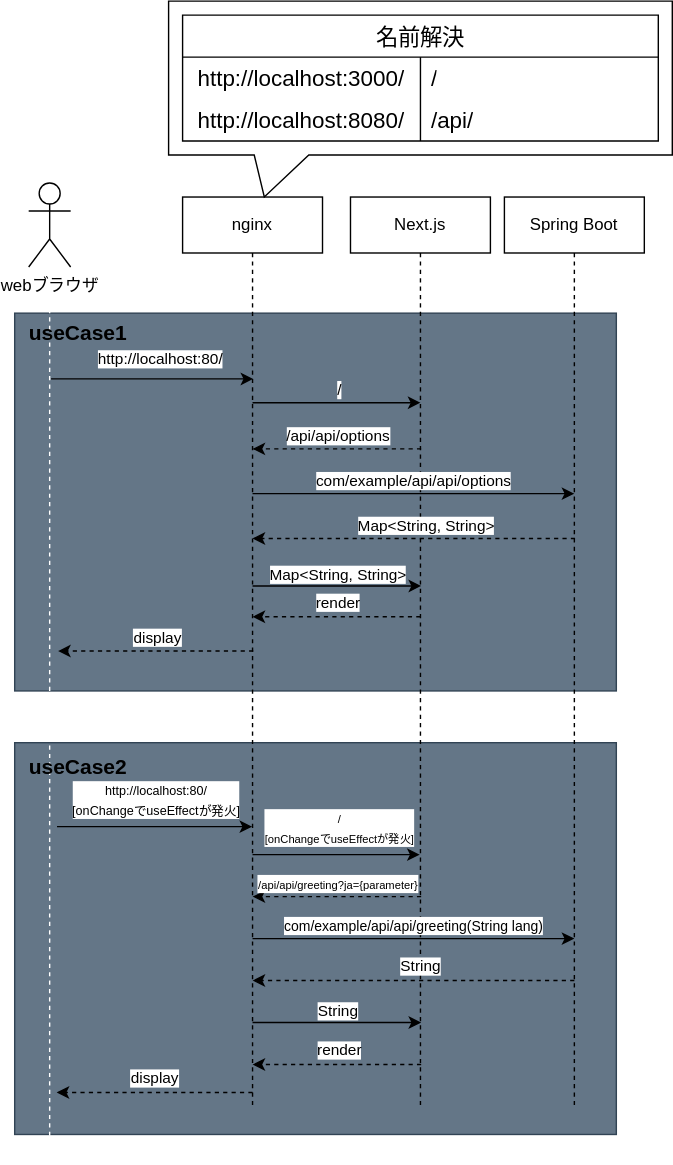
Before: img/sequence.svg, a diagram exported from draw.io (Gen320/sample-container). Source tidied: cells renumbered, new cells last; positions are measured from the earlier drawing's top-left corner, leaving out a move shared by most shapes.
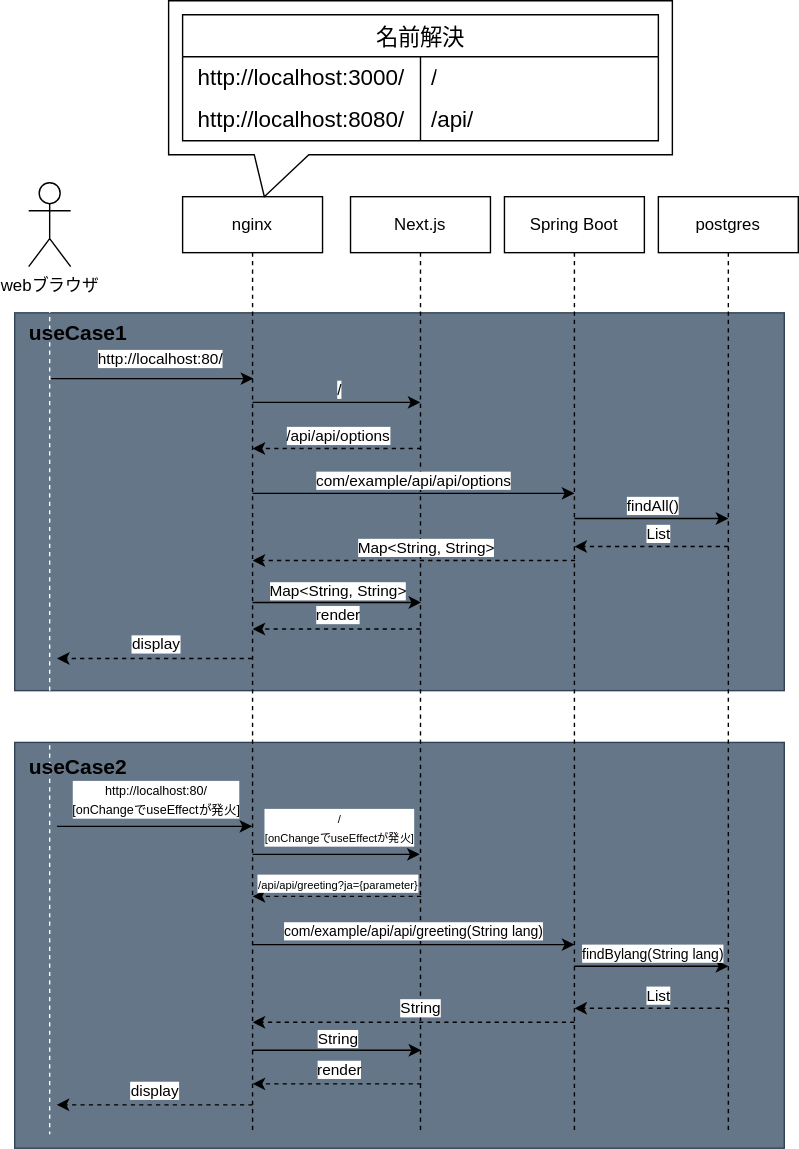
After the commit.

Change to the diagram source:
```diff
@@ -3,10 +3,10 @@
     <mxCell id="0" />
     <mxCell id="1" parent="0" />
     <mxCell id="2" style="rounded=0;whiteSpace=wrap;html=1;fillColor=#647687;strokeColor=#314354;fontColor=#ffffff;" parent="1" vertex="1">
-      <mxGeometry y="530" width="430" height="280" as="geometry" />
+      <mxGeometry y="530" width="550" height="290" as="geometry" />
     </mxCell>
     <mxCell id="3" style="rounded=0;whiteSpace=wrap;html=1;fillColor=#647687;strokeColor=#314354;fontColor=#ffffff;" parent="1" vertex="1">
-      <mxGeometry y="223" width="430" height="270" as="geometry" />
+      <mxGeometry y="223" width="550" height="270" as="geometry" />
     </mxCell>
     <mxCell id="4" value="webブラウザ" style="shape=umlActor;verticalLabelPosition=bottom;verticalAlign=top;html=1;" parent="1" vertex="1">
       <mxGeometry x="10" y="130" width="30" height="60" as="geometry" />
@@ -14,14 +14,14 @@
     <mxCell id="5" style="edgeStyle=orthogonalEdgeStyle;html=1;verticalAlign=bottom;endArrow=none;endSize=8;strokeColor=#FFFFFF;rounded=0;dashed=1;endFill=0;" parent="1" edge="1">
       <mxGeometry relative="1" as="geometry">
         <mxPoint x="25" y="190" as="sourcePoint" />
-        <mxPoint x="25" y="830" as="targetPoint" />
+        <mxPoint x="25" y="810" as="targetPoint" />
       </mxGeometry>
     </mxCell>
     <mxCell id="6" value="nginx" style="shape=umlLifeline;perimeter=lifelinePerimeter;whiteSpace=wrap;html=1;newEdgeStyle={&quot;curved&quot;:0,&quot;rounded&quot;:0};" parent="1" vertex="1">
-      <mxGeometry x="120" y="140" width="100" height="650" as="geometry" />
+      <mxGeometry x="120" y="140" width="100" height="670" as="geometry" />
     </mxCell>
     <mxCell id="7" value="Next.js" style="shape=umlLifeline;perimeter=lifelinePerimeter;whiteSpace=wrap;html=1;newEdgeStyle={&quot;curved&quot;:0,&quot;rounded&quot;:0};" parent="1" vertex="1">
-      <mxGeometry x="240" y="140" width="100" height="650" as="geometry" />
+      <mxGeometry x="240" y="140" width="100" height="670" as="geometry" />
     </mxCell>
     <mxCell id="8" style="endArrow=classic;html=1;rounded=0;" parent="1" edge="1">
       <mxGeometry relative="1" as="geometry">
@@ -74,7 +74,7 @@
       <mxGeometry x="170" width="170" height="30" as="geometry" />
     </mxCell>
     <mxCell id="20" value="Spring Boot" style="shape=umlLifeline;perimeter=lifelinePerimeter;whiteSpace=wrap;html=1;newEdgeStyle={&quot;curved&quot;:0,&quot;rounded&quot;:0};" parent="1" vertex="1">
-      <mxGeometry x="350" y="140" width="100" height="650" as="geometry" />
+      <mxGeometry x="350" y="140" width="100" height="670" as="geometry" />
     </mxCell>
     <mxCell id="21" style="endArrow=classic;html=1;rounded=0;dashed=1;" parent="1" edge="1">
       <mxGeometry relative="1" as="geometry">
@@ -92,8 +92,8 @@
     </mxCell>
     <mxCell id="23" style="endArrow=classic;html=1;rounded=0;dashed=1;" parent="1" edge="1">
       <mxGeometry relative="1" as="geometry">
-        <mxPoint x="400.5" y="384" as="sourcePoint" />
-        <mxPoint x="170" y="384" as="targetPoint" />
+        <mxPoint x="400.5" y="400" as="sourcePoint" />
+        <mxPoint x="170" y="400" as="targetPoint" />
       </mxGeometry>
     </mxCell>
     <mxCell id="24" value="Map&amp;lt;String, String&amp;gt;" style="edgeLabel;html=1;align=center;verticalAlign=middle;" parent="23" vertex="1">
@@ -103,10 +103,10 @@
     </mxCell>
     <mxCell id="25" style="endArrow=none;html=1;rounded=0;endFill=0;startArrow=classic;startFill=1;" parent="1" edge="1">
       <mxGeometry relative="1" as="geometry">
-        <mxPoint x="290.5" y="418" as="sourcePoint" />
-        <mxPoint x="170" y="418" as="targetPoint" />
+        <mxPoint x="290.5" y="430" as="sourcePoint" />
+        <mxPoint x="170" y="430" as="targetPoint" />
         <Array as="points">
-          <mxPoint x="260.5" y="418" />
+          <mxPoint x="260.5" y="430" />
         </Array>
       </mxGeometry>
     </mxCell>
@@ -128,15 +128,15 @@
     </mxCell>
     <mxCell id="29" value="render" style="endArrow=classic;html=1;rounded=0;dashed=1;" parent="1" edge="1">
       <mxGeometry x="-0.01" y="-10" relative="1" as="geometry">
-        <mxPoint x="290" y="440" as="sourcePoint" />
-        <mxPoint x="170" y="440" as="targetPoint" />
+        <mxPoint x="290" y="449" as="sourcePoint" />
+        <mxPoint x="170" y="449" as="targetPoint" />
         <mxPoint x="1" as="offset" />
       </mxGeometry>
     </mxCell>
     <mxCell id="30" value="display" style="endArrow=classic;html=1;rounded=0;dashed=1;" parent="1" edge="1">
       <mxGeometry y="-10" relative="1" as="geometry">
-        <mxPoint x="170.5" y="464.5" as="sourcePoint" />
-        <mxPoint x="31" y="464.5" as="targetPoint" />
+        <mxPoint x="169.8" y="470" as="sourcePoint" />
+        <mxPoint x="30.2" y="470" as="targetPoint" />
       </mxGeometry>
     </mxCell>
     <mxCell id="31" style="endArrow=classic;html=1;rounded=0;" parent="1" edge="1">
@@ -175,8 +175,8 @@
     </mxCell>
     <mxCell id="37" style="endArrow=classic;html=1;rounded=0;" parent="1" edge="1">
       <mxGeometry relative="1" as="geometry">
-        <mxPoint x="170" y="670" as="sourcePoint" />
-        <mxPoint x="400" y="670" as="targetPoint" />
+        <mxPoint x="170" y="674.5" as="sourcePoint" />
+        <mxPoint x="400" y="674.5" as="targetPoint" />
       </mxGeometry>
     </mxCell>
     <mxCell id="38" value="&lt;font style=&quot;font-size: 10px;&quot;&gt;com/example/api/api/greeting(String lang)&lt;/font&gt;" style="edgeLabel;html=1;align=center;verticalAlign=middle;" parent="37" vertex="1">
@@ -186,16 +186,16 @@
     </mxCell>
     <mxCell id="39" value="String" style="endArrow=classic;html=1;rounded=0;dashed=1;" parent="1" edge="1">
       <mxGeometry x="-0.04" y="-10" relative="1" as="geometry">
-        <mxPoint x="400" y="700" as="sourcePoint" />
-        <mxPoint x="170" y="700" as="targetPoint" />
+        <mxPoint x="400" y="730" as="sourcePoint" />
+        <mxPoint x="170" y="730" as="targetPoint" />
       </mxGeometry>
     </mxCell>
     <mxCell id="40" style="endArrow=none;html=1;rounded=0;endFill=0;startArrow=classic;startFill=1;" parent="1" edge="1">
       <mxGeometry relative="1" as="geometry">
-        <mxPoint x="290.5" y="730" as="sourcePoint" />
-        <mxPoint x="170" y="730" as="targetPoint" />
+        <mxPoint x="290.5" y="750" as="sourcePoint" />
+        <mxPoint x="170" y="750" as="targetPoint" />
         <Array as="points">
-          <mxPoint x="260.5" y="730" />
+          <mxPoint x="260.5" y="750" />
         </Array>
       </mxGeometry>
     </mxCell>
@@ -206,15 +206,15 @@
     </mxCell>
     <mxCell id="42" value="render" style="endArrow=classic;html=1;rounded=0;dashed=1;" parent="1" edge="1">
       <mxGeometry x="-0.01" y="-10" relative="1" as="geometry">
-        <mxPoint x="290.5" y="760" as="sourcePoint" />
-        <mxPoint x="170" y="760" as="targetPoint" />
+        <mxPoint x="290.5" y="774" as="sourcePoint" />
+        <mxPoint x="170" y="774" as="targetPoint" />
         <mxPoint x="1" as="offset" />
       </mxGeometry>
     </mxCell>
     <mxCell id="43" value="display" style="endArrow=classic;html=1;rounded=0;dashed=1;" parent="1" edge="1">
       <mxGeometry y="-10" relative="1" as="geometry">
-        <mxPoint x="170" y="780" as="sourcePoint" />
-        <mxPoint x="30" y="780" as="targetPoint" />
+        <mxPoint x="170" y="789" as="sourcePoint" />
+        <mxPoint x="30" y="789" as="targetPoint" />
       </mxGeometry>
     </mxCell>
     <mxCell id="44" value="&lt;font style=&quot;font-size: 15px;&quot;&gt;useCase2&lt;/font&gt;" style="text;strokeColor=none;fillColor=none;html=1;fontSize=24;fontStyle=1;verticalAlign=middle;align=center;" parent="1" vertex="1">
@@ -223,5 +223,52 @@
     <mxCell id="45" value="&lt;font style=&quot;font-size: 15px;&quot;&gt;useCase1&lt;/font&gt;" style="text;strokeColor=none;fillColor=none;html=1;fontSize=24;fontStyle=1;verticalAlign=middle;align=center;" parent="1" vertex="1">
       <mxGeometry x="20" y="220" width="50" height="30" as="geometry" />
     </mxCell>
+    <mxCell id="46" value="postgres" style="shape=umlLifeline;perimeter=lifelinePerimeter;whiteSpace=wrap;html=1;newEdgeStyle={&quot;curved&quot;:0,&quot;rounded&quot;:0};" parent="1" vertex="1">
+      <mxGeometry x="460" y="140" width="100" height="670" as="geometry" />
+    </mxCell>
+    <mxCell id="47" style="endArrow=classic;html=1;rounded=0;" parent="1" edge="1">
+      <mxGeometry relative="1" as="geometry">
+        <mxPoint x="400" y="370" as="sourcePoint" />
+        <mxPoint x="510" y="370" as="targetPoint" />
+      </mxGeometry>
+    </mxCell>
+    <mxCell id="48" value="findAll()" style="edgeLabel;html=1;align=center;verticalAlign=middle;" parent="47" vertex="1">
+      <mxGeometry x="-0.01" relative="1" as="geometry">
+        <mxPoint y="-10" as="offset" />
+      </mxGeometry>
+    </mxCell>
+    <mxCell id="49" style="endArrow=classic;html=1;rounded=0;dashed=1;" parent="1" edge="1">
+      <mxGeometry relative="1" as="geometry">
+        <mxPoint x="510" y="390" as="sourcePoint" />
+        <mxPoint x="400" y="390" as="targetPoint" />
+      </mxGeometry>
+    </mxCell>
+    <mxCell id="50" value="List" style="edgeLabel;html=1;align=center;verticalAlign=middle;" parent="49" vertex="1">
+      <mxGeometry x="-0.07" y="4" relative="1" as="geometry">
+        <mxPoint y="-14" as="offset" />
+      </mxGeometry>
+    </mxCell>
+    <mxCell id="51" style="endArrow=classic;html=1;rounded=0;" parent="1" edge="1">
+      <mxGeometry relative="1" as="geometry">
+        <mxPoint x="400" y="690" as="sourcePoint" />
+        <mxPoint x="510" y="690" as="targetPoint" />
+      </mxGeometry>
+    </mxCell>
+    <mxCell id="52" value="&lt;font style=&quot;font-size: 10px;&quot;&gt;findBylang(String lang)&lt;/font&gt;" style="edgeLabel;html=1;align=center;verticalAlign=middle;" parent="51" vertex="1">
+      <mxGeometry x="-0.01" relative="1" as="geometry">
+        <mxPoint y="-10" as="offset" />
+      </mxGeometry>
+    </mxCell>
+    <mxCell id="53" style="endArrow=classic;html=1;rounded=0;dashed=1;" parent="1" edge="1">
+      <mxGeometry relative="1" as="geometry">
+        <mxPoint x="510" y="720" as="sourcePoint" />
+        <mxPoint x="400" y="720" as="targetPoint" />
+      </mxGeometry>
+    </mxCell>
+    <mxCell id="54" value="List" style="edgeLabel;html=1;align=center;verticalAlign=middle;" parent="53" vertex="1">
+      <mxGeometry x="-0.07" y="4" relative="1" as="geometry">
+        <mxPoint y="-14" as="offset" />
+      </mxGeometry>
+    </mxCell>
   </root>
 </mxGraphModel>
```
